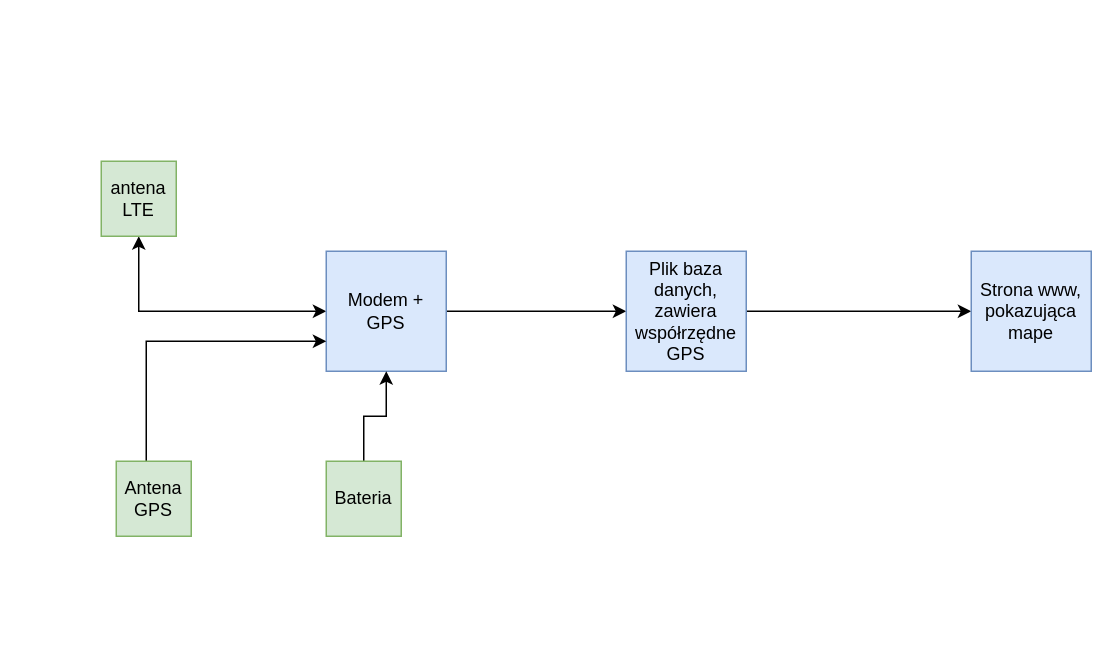
Before: BlockDiagram/miau_GPS.drawio in Gosiaczek82/projectMeow, a draw.io diagram. Source tidied: cells renumbered, new cells numbered last; positions are measured from the earlier drawing's top-left corner, leaving out a move shared by most shapes. Both pictures are drawn from the tidied source at 150%, with x=0, y=0 at pixel (100, 160).
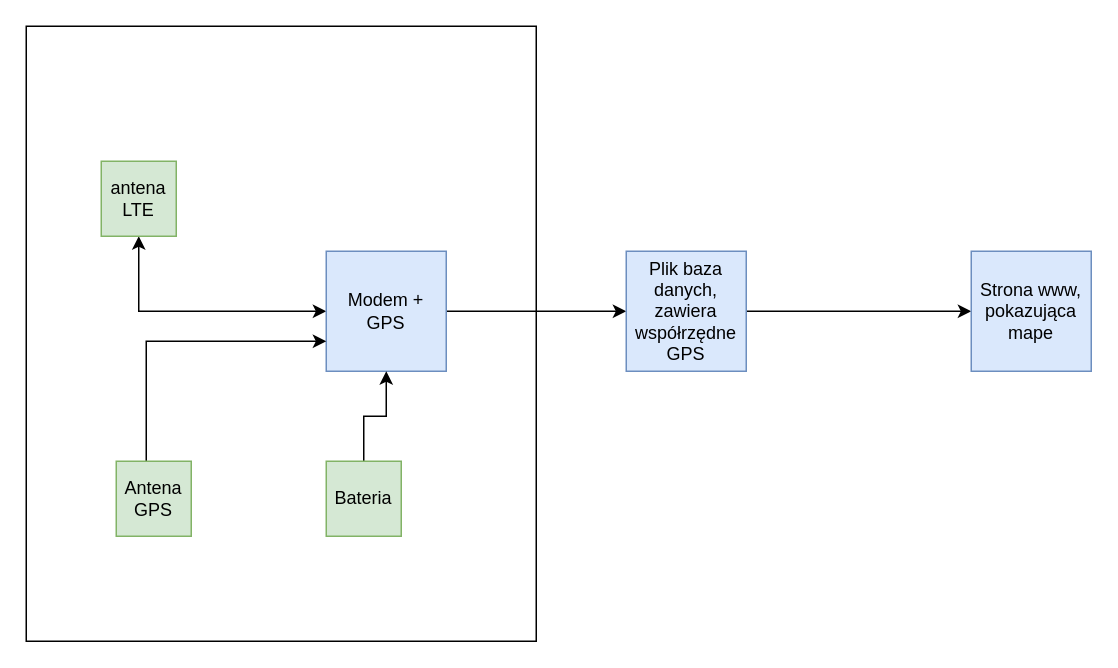
The same page after the edit.

Commit message:
zaznaczono elementy wbudowane w urządzenie

What changed in the source:
```diff
@@
 <mxGraphModel>
   <root>
     <mxCell id="0" />
     <mxCell id="1" parent="0" />
+    <mxCell id="13" style="rounded=0;whiteSpace=wrap;html=1;" parent="1" vertex="1">
+      <mxGeometry x="-50" y="-90" width="340" height="410" as="geometry" />
+    </mxCell>
     <mxCell id="2" style="edgeStyle=orthogonalEdgeStyle;rounded=0;jettySize=auto;html=1;startArrow=classic;startFill=1;" parent="1" edge="1" source="4" target="5">
       <mxGeometry relative="1" as="geometry" />
     </mxCell>
     <mxCell id="3" style="edgeStyle=orthogonalEdgeStyle;rounded=0;jettySize=auto;html=1;" parent="1" edge="1" source="4" target="11">
       <mxGeometry relative="1" as="geometry" />
     </mxCell>
     <mxCell id="4" value="Modem + GPS" style="whiteSpace=wrap;html=1;fillColor=#dae8fc;strokeColor=#6c8ebf;fontColor=#000000;" parent="1" vertex="1">
       <mxGeometry x="150" y="60" width="80" height="80" as="geometry" />
     </mxCell>
     <mxCell id="5" value="antena LTE" style="whiteSpace=wrap;html=1;fillColor=#d5e8d4;strokeColor=#82b366;gradientColor=none;fontColor=#000000;" parent="1" vertex="1">
       <mxGeometry width="50" height="50" as="geometry" />
     </mxCell>
     <mxCell id="6" style="edgeStyle=orthogonalEdgeStyle;rounded=0;jettySize=auto;html=1;entryX=0;entryY=0.75;entryDx=0;entryDy=0;" parent="1" edge="1" source="7" target="4">
       <mxGeometry relative="1" as="geometry">
         <Array as="points">
           <mxPoint x="30" y="120" />
         </Array>
       </mxGeometry>
     </mxCell>
     <mxCell id="7" value="Antena GPS" style="whiteSpace=wrap;html=1;fillColor=#d5e8d4;strokeColor=#82b366;fontColor=#000000;" parent="1" vertex="1">
       <mxGeometry x="10" y="200" width="50" height="50" as="geometry" />
     </mxCell>
     <mxCell id="8" style="edgeStyle=orthogonalEdgeStyle;rounded=0;jettySize=auto;html=1;" parent="1" edge="1" source="9" target="4">
       <mxGeometry relative="1" as="geometry" />
     </mxCell>
     <mxCell id="9" value="Bateria" style="whiteSpace=wrap;html=1;fillColor=#d5e8d4;strokeColor=#82b366;fontColor=#000000;" parent="1" vertex="1">
       <mxGeometry x="150" y="200" width="50" height="50" as="geometry" />
     </mxCell>
     <mxCell id="10" style="edgeStyle=orthogonalEdgeStyle;rounded=0;jettySize=auto;html=1;" parent="1" edge="1" source="11" target="12">
       <mxGeometry relative="1" as="geometry" />
     </mxCell>
     <mxCell id="11" value="Plik baza danych, zawiera współrzędne GPS" style="whiteSpace=wrap;html=1;fillColor=#dae8fc;strokeColor=#6c8ebf;fontColor=#000000;" parent="1" vertex="1">
       <mxGeometry x="350" y="60" width="80" height="80" as="geometry" />
     </mxCell>
     <mxCell id="12" value="Strona www, pokazująca mape" style="whiteSpace=wrap;html=1;fillColor=#dae8fc;strokeColor=#6c8ebf;fontColor=#000000;" parent="1" vertex="1">
       <mxGeometry x="580" y="60" width="80" height="80" as="geometry" />
     </mxCell>
   </root>
 </mxGraphModel>
```
